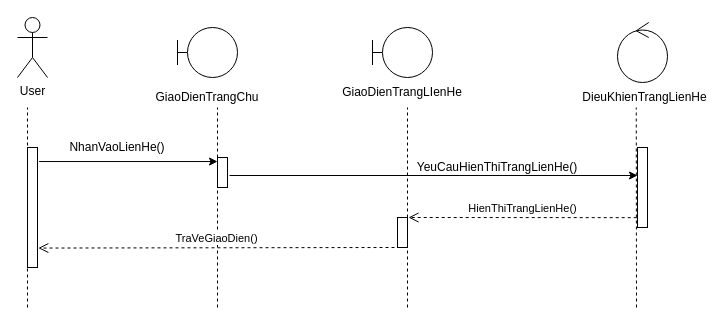
This is Sequence/Duy's Sequences/XemTrangLienHeNPP.drawio from hoangminh15/PTTKHT, a draw.io file, before an edit. Source tidied: cells renumbered, new cells numbered last; positions are measured from the earlier drawing's top-left corner, leaving out a move shared by most shapes. Both pictures are drawn from the tidied source at 100%, with x=0, y=0 at pixel (17, 17).
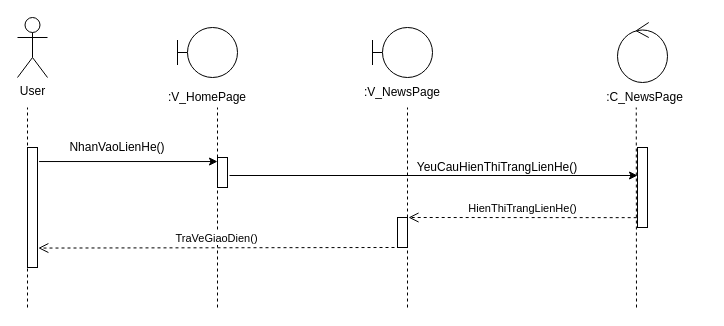
The same diagram, later.

What changed in the source:
```diff
@@
-    <mxCell id="6" value="DieuKhienTrangLienHe" style="text;html=1;strokeColor=none;fillColor=none;align=center;verticalAlign=middle;whiteSpace=wrap;rounded=0;" parent="1" vertex="1">
+    <mxCell id="6" value=":C_NewsPage" style="text;html=1;strokeColor=none;fillColor=none;align=center;verticalAlign=middle;whiteSpace=wrap;rounded=0;" parent="1" vertex="1">
       <mxGeometry x="610" y="70" width="35" height="20" as="geometry" />
     </mxCell>
-    <mxCell id="7" value="GiaoDienTrangLIenHe" style="text;html=1;strokeColor=none;fillColor=none;align=center;verticalAlign=middle;whiteSpace=wrap;rounded=0;" parent="1" vertex="1">
+    <mxCell id="7" value=":V_NewsPage" style="text;html=1;strokeColor=none;fillColor=none;align=center;verticalAlign=middle;whiteSpace=wrap;rounded=0;" parent="1" vertex="1">
       <mxGeometry x="365" y="65" width="40" height="20" as="geometry" />
     </mxCell>
-    <mxCell id="8" value="GiaoDienTrangChu" style="text;html=1;strokeColor=none;fillColor=none;align=center;verticalAlign=middle;whiteSpace=wrap;rounded=0;" parent="1" vertex="1">
+    <mxCell id="8" value=":V_HomePage" style="text;html=1;strokeColor=none;fillColor=none;align=center;verticalAlign=middle;whiteSpace=wrap;rounded=0;" parent="1" vertex="1">
       <mxGeometry x="170" y="70" width="40" height="20" as="geometry" />
     </mxCell>
```
